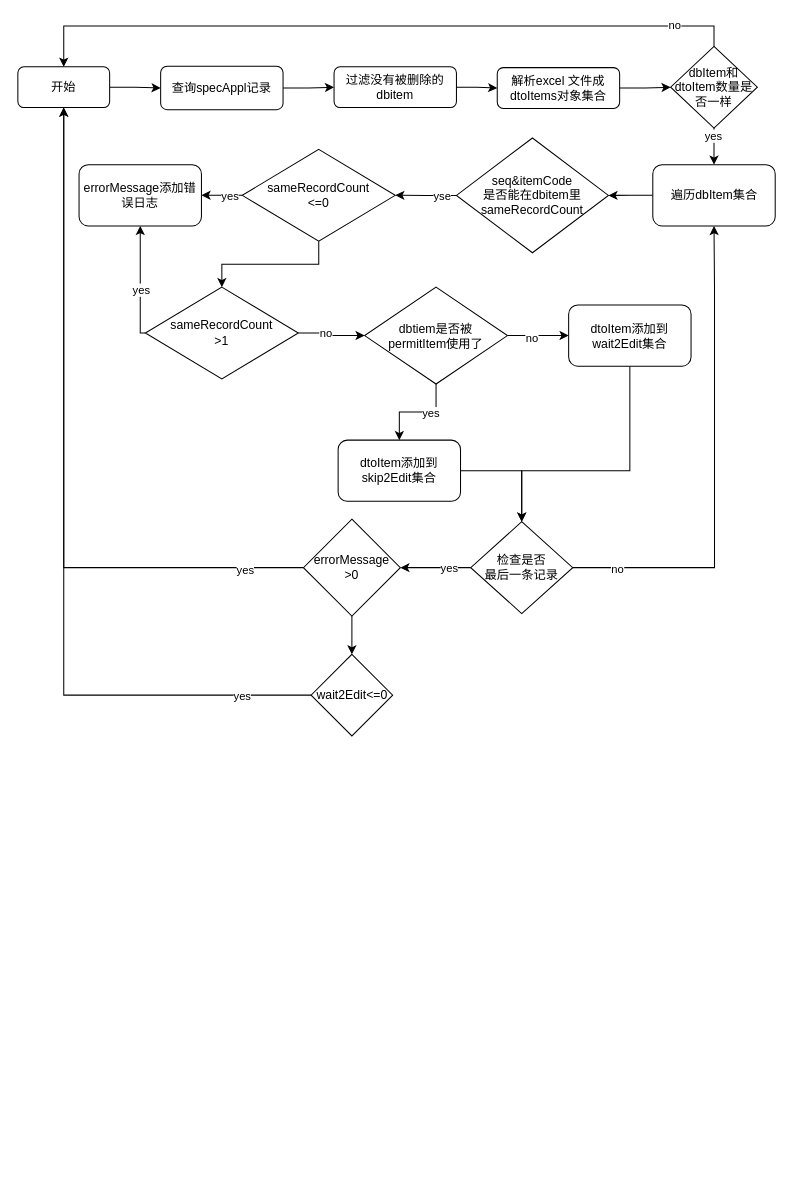
Earlier version of the draw.io diagram specAppl-edit-check.drawio (1119132473/doc). Source tidied: cells renumbered, new cells numbered last; positions are measured from the earlier drawing's top-left corner, leaving out a move shared by most shapes. Both pictures are drawn from the tidied source at 102%, with x=0, y=0 at pixel (17, 46).
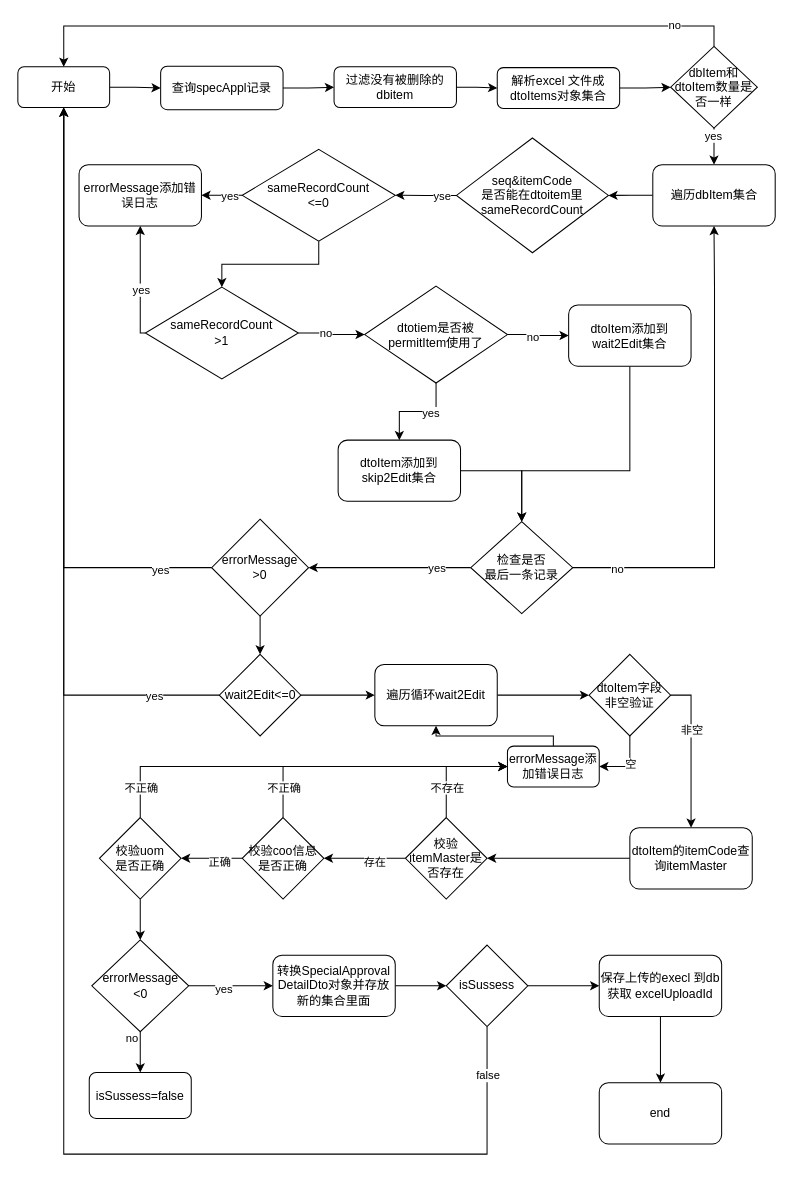
The same page after the edit.

The change refers to these unchanged cells:
```xml
<mxCell id="3" value="开始" style="rounded=1;whiteSpace=wrap;html=1;fontSize=12;glass=0;strokeWidth=1;shadow=0;" parent="1" vertex="1">
  <mxGeometry y="20" width="90" height="40" as="geometry" />
</mxCell>
```

Change to the diagram source:
```diff
@@
-    <mxCell id="19" value="&lt;div&gt;seq&amp;amp;itemCode&lt;/div&gt;&lt;div&gt;是否能在dbitem里&lt;/div&gt;&lt;div&gt;sameRecordCount&lt;/div&gt;" style="rhombus;whiteSpace=wrap;html=1;" parent="1" vertex="1">
+    <mxCell id="19" value="&lt;div&gt;seq&amp;amp;itemCode&lt;/div&gt;&lt;div&gt;是否能在dtoitem里&lt;/div&gt;&lt;div&gt;sameRecordCount&lt;/div&gt;" style="rhombus;whiteSpace=wrap;html=1;" parent="1" vertex="1">
       <mxGeometry x="430" y="89.8" width="149" height="112.5" as="geometry" />
     </mxCell>
@@
-    <mxCell id="34" value="&lt;div&gt;dbtiem是否被&lt;/div&gt;&lt;div&gt;permitItem使用了&lt;/div&gt;" style="rhombus;whiteSpace=wrap;html=1;" parent="1" vertex="1">
-      <mxGeometry x="340" y="236" width="140" height="95" as="geometry" />
+    <mxCell id="34" value="&lt;div&gt;dtotiem是否被&lt;/div&gt;&lt;div&gt;permitItem使用了&lt;/div&gt;" style="rhombus;whiteSpace=wrap;html=1;" parent="1" vertex="1">
+      <mxGeometry x="340" y="235" width="140" height="95" as="geometry" />
     </mxCell>
@@
     <mxCell id="47" value="&lt;div&gt;errorMessage&lt;/div&gt;&amp;gt;0" style="rhombus;whiteSpace=wrap;html=1;" parent="1" vertex="1">
-      <mxGeometry x="280" y="463.5" width="95" height="95" as="geometry" />
+      <mxGeometry x="190" y="463.5" width="95" height="95" as="geometry" />
     </mxCell>
@@
+    <mxCell id="51" style="edgeStyle=orthogonalEdgeStyle;rounded=0;jettySize=auto;html=1;" parent="1" edge="1" source="50" target="53">
+      <mxGeometry relative="1" as="geometry" />
+    </mxCell>
     <mxCell id="50" value="wait2Edit&amp;lt;=0" style="rhombus;whiteSpace=wrap;html=1;" parent="1" vertex="1">
-      <mxGeometry x="287.5" y="596" width="80" height="80" as="geometry" />
+      <mxGeometry x="197.5" y="596" width="80" height="80" as="geometry" />
     </mxCell>
+    <mxCell id="52" style="edgeStyle=orthogonalEdgeStyle;rounded=0;jettySize=auto;html=1;exitX=1;exitY=0.5;exitDx=0;exitDy=0;entryX=0;entryY=0.5;entryDx=0;entryDy=0;" parent="1" edge="1" source="53" target="60">
+      <mxGeometry relative="1" as="geometry" />
+    </mxCell>
+    <mxCell id="53" value="遍历循环wait2Edit" style="rounded=1;whiteSpace=wrap;html=1;" parent="1" vertex="1">
+      <mxGeometry x="350" y="606" width="120" height="60" as="geometry" />
+    </mxCell>
+    <mxCell id="54" style="edgeStyle=orthogonalEdgeStyle;rounded=0;jettySize=auto;html=1;exitX=1;exitY=0.5;exitDx=0;exitDy=0;" parent="1" edge="1" source="60" target="57">
+      <mxGeometry relative="1" as="geometry" />
+    </mxCell>
+    <mxCell id="55" value="非空" style="edgeLabel;html=1;align=center;verticalAlign=middle;" parent="54" vertex="1">
+      <mxGeometry x="-0.28" relative="1" as="geometry" />
+    </mxCell>
+    <mxCell id="56" style="edgeStyle=orthogonalEdgeStyle;rounded=0;jettySize=auto;html=1;entryX=1;entryY=0.5;entryDx=0;entryDy=0;" parent="1" edge="1" source="57" target="67">
+      <mxGeometry relative="1" as="geometry" />
+    </mxCell>
+    <mxCell id="57" value="dtoItem的itemCode查询itemMaster" style="rounded=1;whiteSpace=wrap;html=1;" parent="1" vertex="1">
+      <mxGeometry x="600" y="766" width="120" height="60" as="geometry" />
+    </mxCell>
+    <mxCell id="58" style="edgeStyle=orthogonalEdgeStyle;rounded=0;jettySize=auto;html=1;exitX=0.5;exitY=1;exitDx=0;exitDy=0;entryX=1;entryY=0.5;entryDx=0;entryDy=0;" parent="1" edge="1" source="60" target="62">
+      <mxGeometry relative="1" as="geometry" />
+    </mxCell>
+    <mxCell id="59" value="空" style="edgeLabel;html=1;align=center;verticalAlign=middle;" parent="58" vertex="1">
+      <mxGeometry x="-0.1" relative="1" as="geometry" />
+    </mxCell>
+    <mxCell id="60" value="&lt;div&gt;dtoItem字段&lt;/div&gt;&lt;div&gt;非空验证&lt;br&gt;&lt;/div&gt;" style="rhombus;whiteSpace=wrap;html=1;" parent="1" vertex="1">
+      <mxGeometry x="560" y="596" width="80" height="80" as="geometry" />
+    </mxCell>
+    <mxCell id="61" style="edgeStyle=orthogonalEdgeStyle;rounded=0;jettySize=auto;html=1;exitX=0.5;exitY=0;exitDx=0;exitDy=0;entryX=0.5;entryY=1;entryDx=0;entryDy=0;" parent="1" edge="1" source="62" target="53">
+      <mxGeometry relative="1" as="geometry">
+        <Array as="points">
+          <mxPoint x="525" y="676" />
+          <mxPoint x="410" y="676" />
+        </Array>
+      </mxGeometry>
+    </mxCell>
+    <mxCell id="62" value="errorMessage添加错误日志" style="rounded=1;whiteSpace=wrap;html=1;" parent="1" vertex="1">
+      <mxGeometry x="480" y="686" width="90" height="40" as="geometry" />
+    </mxCell>
+    <mxCell id="63" style="edgeStyle=orthogonalEdgeStyle;rounded=0;jettySize=auto;html=1;exitX=0.5;exitY=0;exitDx=0;exitDy=0;entryX=0;entryY=0.5;entryDx=0;entryDy=0;" parent="1" edge="1" source="67" target="62">
+      <mxGeometry relative="1" as="geometry" />
+    </mxCell>
+    <mxCell id="64" value="不存在" style="edgeLabel;html=1;align=center;verticalAlign=middle;" parent="63" vertex="1">
+      <mxGeometry x="0.04" y="-2" relative="1" as="geometry">
+        <mxPoint x="-7" y="18" as="offset" />
+      </mxGeometry>
+    </mxCell>
+    <mxCell id="65" style="edgeStyle=orthogonalEdgeStyle;rounded=0;jettySize=auto;html=1;" parent="1" edge="1" source="67" target="72">
+      <mxGeometry relative="1" as="geometry" />
+    </mxCell>
+    <mxCell id="66" value="存在" style="edgeLabel;html=1;align=center;verticalAlign=middle;" parent="65" vertex="1">
+      <mxGeometry x="-0.23" y="3" relative="1" as="geometry" />
+    </mxCell>
+    <mxCell id="67" value="校验itemMaster是否存在" style="rhombus;whiteSpace=wrap;html=1;" parent="1" vertex="1">
+      <mxGeometry x="380" y="756" width="80" height="80" as="geometry" />
+    </mxCell>
+    <mxCell id="68" style="edgeStyle=orthogonalEdgeStyle;rounded=0;jettySize=auto;html=1;exitX=0.5;exitY=0;exitDx=0;exitDy=0;entryX=0;entryY=0.5;entryDx=0;entryDy=0;" parent="1" edge="1" source="72" target="62">
+      <mxGeometry relative="1" as="geometry">
+        <Array as="points">
+          <mxPoint x="260" y="706" />
+        </Array>
+      </mxGeometry>
+    </mxCell>
+    <mxCell id="69" value="不正确" style="edgeLabel;html=1;align=center;verticalAlign=middle;" parent="68" vertex="1">
+      <mxGeometry x="-0.71" y="1" relative="1" as="geometry">
+        <mxPoint x="1" y="9" as="offset" />
+      </mxGeometry>
+    </mxCell>
+    <mxCell id="70" style="edgeStyle=orthogonalEdgeStyle;rounded=0;jettySize=auto;html=1;" parent="1" edge="1" source="72" target="76">
+      <mxGeometry relative="1" as="geometry" />
+    </mxCell>
+    <mxCell id="71" value="正确" style="edgeLabel;html=1;align=center;verticalAlign=middle;" parent="70" vertex="1">
+      <mxGeometry x="-0.23" y="3" relative="1" as="geometry" />
+    </mxCell>
+    <mxCell id="72" value="校验coo信息是否正确" style="rhombus;whiteSpace=wrap;html=1;" parent="1" vertex="1">
+      <mxGeometry x="220" y="756" width="80" height="80" as="geometry" />
+    </mxCell>
+    <mxCell id="73" style="edgeStyle=orthogonalEdgeStyle;rounded=0;jettySize=auto;html=1;exitX=0.5;exitY=0;exitDx=0;exitDy=0;entryX=0;entryY=0.5;entryDx=0;entryDy=0;" parent="1" edge="1" source="76" target="62">
+      <mxGeometry relative="1" as="geometry" />
+    </mxCell>
+    <mxCell id="74" value="不正确" style="edgeLabel;html=1;align=center;verticalAlign=middle;" parent="73" vertex="1">
+      <mxGeometry x="-0.81" y="2" relative="1" as="geometry">
+        <mxPoint x="2" y="9" as="offset" />
+      </mxGeometry>
+    </mxCell>
+    <mxCell id="75" style="edgeStyle=orthogonalEdgeStyle;rounded=0;jettySize=auto;html=1;" parent="1" edge="1" source="76" target="81">
+      <mxGeometry relative="1" as="geometry" />
+    </mxCell>
+    <mxCell id="76" value="&lt;div&gt;校验uom&lt;/div&gt;&lt;div&gt;是否正确&lt;br&gt;&lt;/div&gt;" style="rhombus;whiteSpace=wrap;html=1;" parent="1" vertex="1">
+      <mxGeometry x="80" y="756" width="80" height="80" as="geometry" />
+    </mxCell>
+    <mxCell id="77" style="edgeStyle=orthogonalEdgeStyle;rounded=0;jettySize=auto;html=1;" parent="1" edge="1" source="81" target="83">
+      <mxGeometry relative="1" as="geometry" />
+    </mxCell>
+    <mxCell id="78" value="yes" style="edgeLabel;html=1;align=center;verticalAlign=middle;" parent="77" vertex="1">
+      <mxGeometry x="-0.19" y="-3" relative="1" as="geometry">
+        <mxPoint x="1" as="offset" />
+      </mxGeometry>
+    </mxCell>
+    <mxCell id="79" style="edgeStyle=orthogonalEdgeStyle;rounded=0;jettySize=auto;html=1;" parent="1" edge="1" source="81" target="84">
+      <mxGeometry relative="1" as="geometry" />
+    </mxCell>
+    <mxCell id="80" value="no" style="edgeLabel;html=1;align=center;verticalAlign=middle;" parent="79" vertex="1">
+      <mxGeometry x="-0.71" relative="1" as="geometry">
+        <mxPoint x="-9" as="offset" />
+      </mxGeometry>
+    </mxCell>
+    <mxCell id="81" value="&lt;div&gt;errorMessage&lt;/div&gt;&lt;div&gt;&amp;lt;0&lt;br&gt;&lt;/div&gt;" style="rhombus;whiteSpace=wrap;html=1;" parent="1" vertex="1">
+      <mxGeometry x="72.5" y="876" width="95" height="90" as="geometry" />
+    </mxCell>
+    <mxCell id="82" style="edgeStyle=orthogonalEdgeStyle;rounded=0;jettySize=auto;html=1;exitX=1;exitY=0.5;exitDx=0;exitDy=0;entryX=0;entryY=0.5;entryDx=0;entryDy=0;" parent="1" edge="1" source="83" target="88">
+      <mxGeometry relative="1" as="geometry" />
+    </mxCell>
+    <mxCell id="83" value="&lt;div&gt;转换SpecialApproval&lt;/div&gt;&lt;div&gt;DetailDto对象并存放新的集合里面&lt;/div&gt;" style="rounded=1;whiteSpace=wrap;html=1;" parent="1" vertex="1">
+      <mxGeometry x="250" y="891" width="120" height="60" as="geometry" />
+    </mxCell>
+    <mxCell id="84" value="isSussess=false" style="rounded=1;whiteSpace=wrap;html=1;" parent="1" vertex="1">
+      <mxGeometry x="70" y="1006" width="100" height="45" as="geometry" />
+    </mxCell>
+    <mxCell id="85" style="edgeStyle=orthogonalEdgeStyle;rounded=0;jettySize=auto;html=1;exitX=0.5;exitY=1;exitDx=0;exitDy=0;entryX=0.5;entryY=1;entryDx=0;entryDy=0;" parent="1" edge="1" source="88" target="3">
+      <mxGeometry relative="1" as="geometry">
+        <Array as="points">
+          <mxPoint x="460" y="1086" />
+          <mxPoint x="45" y="1086" />
+        </Array>
+      </mxGeometry>
+    </mxCell>
+    <mxCell id="86" value="false" style="edgeLabel;html=1;align=center;verticalAlign=middle;" parent="85" vertex="1">
+      <mxGeometry x="-0.94" relative="1" as="geometry" />
+    </mxCell>
+    <mxCell id="87" style="edgeStyle=orthogonalEdgeStyle;rounded=0;jettySize=auto;html=1;entryX=0;entryY=0.5;entryDx=0;entryDy=0;" parent="1" edge="1" source="88" target="90">
+      <mxGeometry relative="1" as="geometry" />
+    </mxCell>
+    <mxCell id="88" value="isSussess" style="rhombus;whiteSpace=wrap;html=1;" parent="1" vertex="1">
+      <mxGeometry x="420" y="881" width="80" height="80" as="geometry" />
+    </mxCell>
+    <mxCell id="89" style="edgeStyle=orthogonalEdgeStyle;rounded=0;jettySize=auto;html=1;" parent="1" edge="1" source="90" target="91">
+      <mxGeometry relative="1" as="geometry" />
+    </mxCell>
+    <mxCell id="90" value="&lt;div&gt;保存上传的execl 到db&lt;/div&gt;&lt;div&gt;获取 excelUploadId&lt;br&gt;&lt;/div&gt;" style="rounded=1;whiteSpace=wrap;html=1;" parent="1" vertex="1">
+      <mxGeometry x="570" y="891" width="120" height="60" as="geometry" />
+    </mxCell>
+    <mxCell id="91" value="&lt;div&gt;end&lt;/div&gt;" style="rounded=1;whiteSpace=wrap;html=1;" parent="1" vertex="1">
+      <mxGeometry x="570" y="1016" width="120" height="60" as="geometry" />
+    </mxCell>
```
